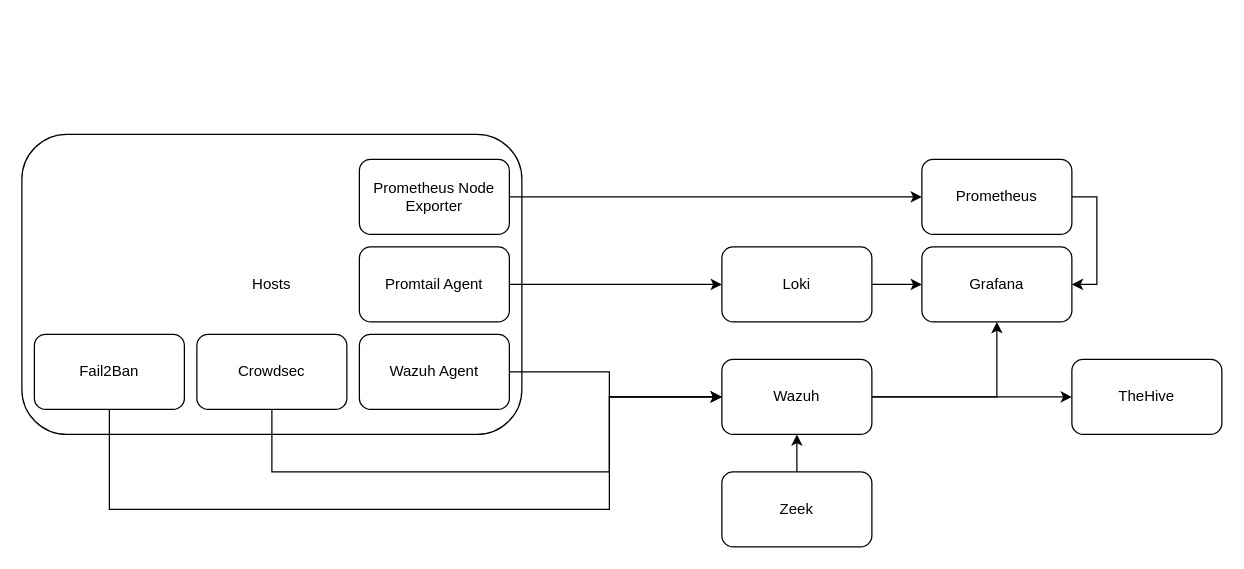
Earlier version of the draw.io diagram Security-Stack.drawio (echumley/FOSS-SIEM-Stack). Source tidied: cells renumbered, new cells numbered last; positions are measured from the earlier drawing's top-left corner, leaving out a move shared by most shapes. Both pictures are drawn from the tidied source at 125%, with x=0, y=0 at pixel (21, 134).
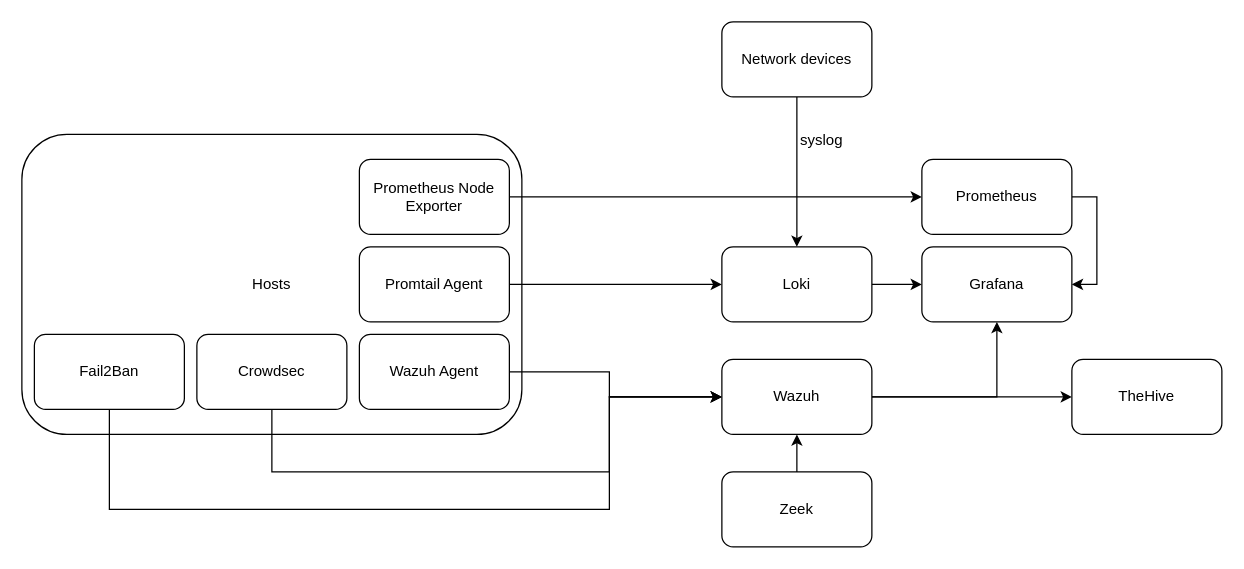
The same page after the edit.

Commit message:
Update Security-Stack.drawio by adding in devices that can't run agents, i.e. network devices

Unchanged cells that the change refers to:
```xml
<mxCell id="14" value="Loki" style="rounded=1;whiteSpace=wrap;html=1;" parent="1" vertex="1">
  <mxGeometry x="560" y="90" width="120" height="60" as="geometry" />
</mxCell>
```

Diff of the diagram source:
```diff
@@
+    <mxCell id="24" style="edgeStyle=orthogonalEdgeStyle;rounded=0;jettySize=auto;html=1;entryX=0.5;entryY=0;entryDx=0;entryDy=0;" parent="1" edge="1" source="25" target="14">
+      <mxGeometry relative="1" as="geometry" />
+    </mxCell>
+    <mxCell id="25" value="Network devices" style="rounded=1;whiteSpace=wrap;html=1;" parent="1" vertex="1">
+      <mxGeometry x="560" y="-90" width="120" height="60" as="geometry" />
+    </mxCell>
+    <mxCell id="26" value="syslog" style="text;html=1;align=center;verticalAlign=middle;whiteSpace=wrap;rounded=0;" parent="1" vertex="1">
+      <mxGeometry x="610" y="-10" width="60" height="30" as="geometry" />
+    </mxCell>
```
